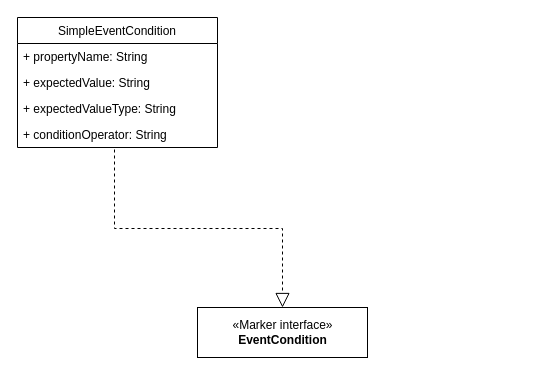
This is EventCondition.drawio from NeverMore93/draw, a draw.io file, before an edit. Source tidied: cells renumbered, new cells numbered last; positions are measured from the earlier drawing's top-left corner, leaving out a move shared by most shapes. Both pictures are drawn from the tidied source at 100%, with x=0, y=0 at pixel (17, 17).
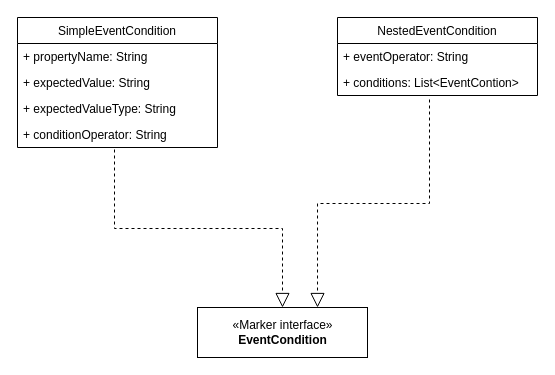
Above is the later version.

What changed in the source:
```diff
@@
 <mxGraphModel>
   <root>
     <mxCell id="0" />
     <mxCell id="1" parent="0" />
     <mxCell id="2" value="«Marker interface»&lt;br&gt;&lt;b&gt;EventCondition&lt;/b&gt;" style="html=1;" parent="1" vertex="1">
       <mxGeometry x="180" y="290" width="170" height="50" as="geometry" />
     </mxCell>
     <mxCell id="3" value="SimpleEventCondition" style="swimlane;fontStyle=0;horizontal=1;startSize=26;fillColor=none;" parent="1" vertex="1">
       <mxGeometry width="200" height="130" as="geometry" />
     </mxCell>
     <mxCell id="4" value="+ propertyName: String" style="text;strokeColor=none;fillColor=none;align=left;verticalAlign=top;spacingLeft=4;spacingRight=4;overflow=hidden;" parent="3" vertex="1">
       <mxGeometry y="26" width="200" height="26" as="geometry" />
     </mxCell>
     <mxCell id="5" value="+ expectedValue: String" style="text;strokeColor=none;fillColor=none;align=left;verticalAlign=top;spacingLeft=4;spacingRight=4;overflow=hidden;" parent="3" vertex="1">
       <mxGeometry y="52" width="200" height="26" as="geometry" />
     </mxCell>
     <mxCell id="6" value="+ expectedValueType: String" style="text;strokeColor=none;fillColor=none;align=left;verticalAlign=top;spacingLeft=4;spacingRight=4;overflow=hidden;" parent="3" vertex="1">
       <mxGeometry y="78" width="200" height="26" as="geometry" />
     </mxCell>
     <mxCell id="7" value="+ conditionOperator: String" style="text;strokeColor=none;fillColor=none;align=left;verticalAlign=top;spacingLeft=4;spacingRight=4;overflow=hidden;points=[[0,0.5],[1,0.5]];portConstraint=eastwest;" parent="3" vertex="1">
       <mxGeometry y="104" width="200" height="26" as="geometry" />
     </mxCell>
     <mxCell id="8" style="endArrow=block;dashed=1;endFill=0;endSize=12;html=1;rounded=0;exitX=0.485;exitY=1.077;exitDx=0;exitDy=0;exitPerimeter=0;entryX=0.5;entryY=0;entryDx=0;entryDy=0;edgeStyle=elbowEdgeStyle;elbow=vertical;" parent="1" edge="1" source="7" target="2">
       <mxGeometry relative="1" as="geometry" />
     </mxCell>
+    <mxCell id="9" value="NestedEventCondition" style="swimlane;fontStyle=0;horizontal=1;startSize=26;fillColor=none;" parent="1" vertex="1">
+      <mxGeometry x="320" width="200" height="78" as="geometry" />
+    </mxCell>
+    <mxCell id="10" value="+ eventOperator: String" style="text;strokeColor=none;fillColor=none;align=left;verticalAlign=top;spacingLeft=4;spacingRight=4;overflow=hidden;" parent="9" vertex="1">
+      <mxGeometry y="26" width="200" height="26" as="geometry" />
+    </mxCell>
+    <mxCell id="11" value="+ conditions: List&lt;EventContion&gt;" style="text;strokeColor=none;fillColor=none;align=left;verticalAlign=top;spacingLeft=4;spacingRight=4;overflow=hidden;points=[[0,0.5],[1,0.5]];portConstraint=eastwest;" parent="9" vertex="1">
+      <mxGeometry y="52" width="200" height="26" as="geometry" />
+    </mxCell>
+    <mxCell id="12" style="endArrow=block;dashed=1;endFill=0;endSize=12;html=1;rounded=0;exitX=0.46;exitY=1.154;exitDx=0;exitDy=0;exitPerimeter=0;entryX=0.706;entryY=0;entryDx=0;entryDy=0;entryPerimeter=0;edgeStyle=elbowEdgeStyle;elbow=vertical;" parent="1" edge="1" source="11" target="2">
+      <mxGeometry relative="1" as="geometry" />
+    </mxCell>
   </root>
 </mxGraphModel>
```
